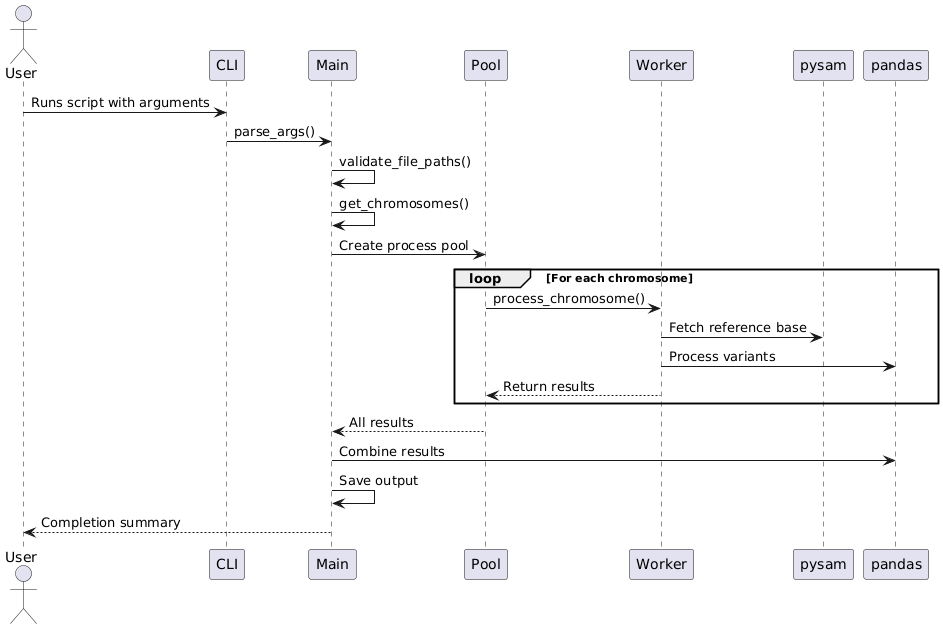
Above: uml.png in michtrofimov/graf_snps_to_vcf (PlantUML), before the change. The source it was exported from:
```plantuml
@startuml
actor User
participant "CLI" as cli
participant "Main" as main
participant "Pool" as pool
participant "Worker" as worker
participant "pysam" as pysam
participant "pandas" as pandas

User -> cli : Runs script with arguments
cli -> main : parse_args()
main -> main : validate_file_paths()
main -> main : get_chromosomes()
main -> pool : Create process pool
loop For each chromosome
  pool -> worker : process_chromosome()
  worker -> pysam : Fetch reference base
  worker -> pandas : Process variants
  worker --> pool : Return results
end
pool --> main : All results
main -> pandas : Combine results
main -> main : Save output
main --> User : Completion summary
@enduml
```
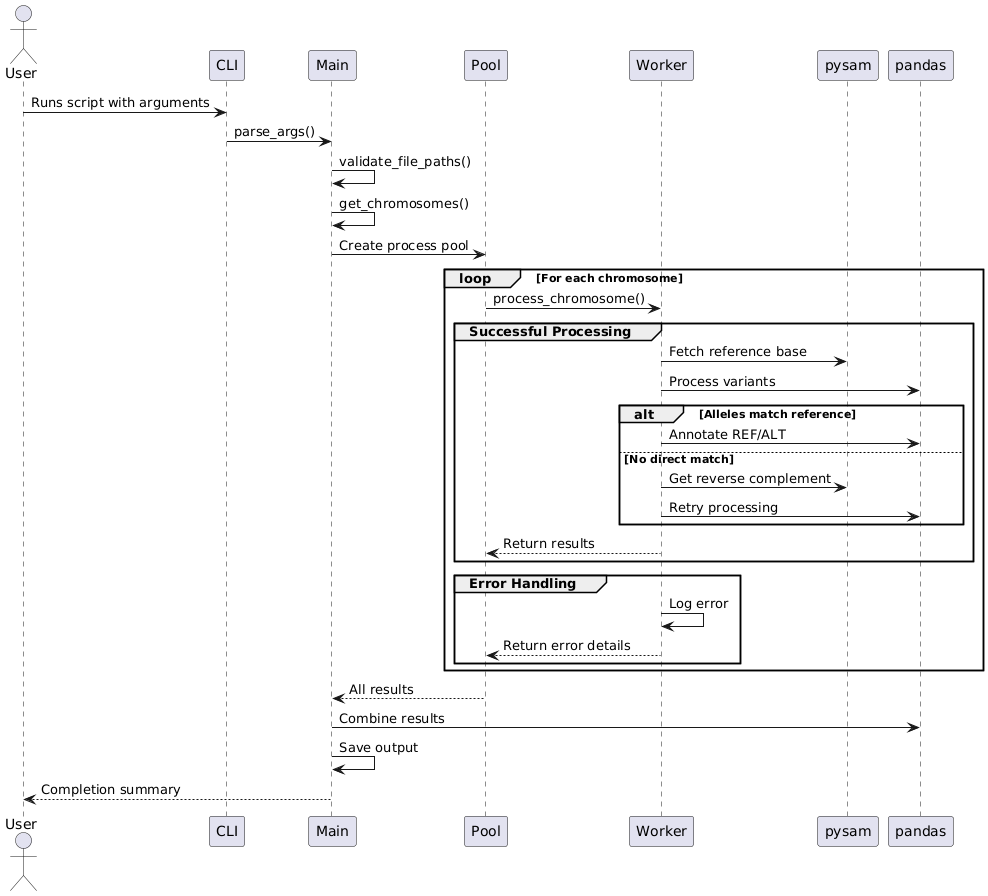
After the change.

Commit message:
Update uml and log file

Diff of the diagram source:
```diff
@@ -12,12 +12,28 @@
 main -> main : validate_file_paths()
 main -> main : get_chromosomes()
 main -> pool : Create process pool
+
 loop For each chromosome
   pool -> worker : process_chromosome()
-  worker -> pysam : Fetch reference base
-  worker -> pandas : Process variants
-  worker --> pool : Return results
+
+  group Successful Processing
+    worker -> pysam : Fetch reference base
+    worker -> pandas : Process variants
+    alt Alleles match reference
+      worker -> pandas : Annotate REF/ALT
+    else No direct match
+      worker -> pysam : Get reverse complement
+      worker -> pandas : Retry processing
+    end
+    worker --> pool : Return results
+  end
+
+  group Error Handling
+    worker -> worker : Log error
+    worker --> pool : Return error details
+  end
 end
+
 pool --> main : All results
 main -> pandas : Combine results
 main -> main : Save output
```
